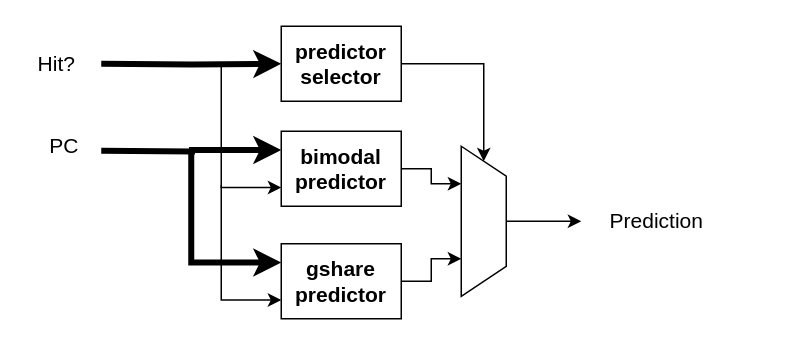
hohaicongthuan/RV64IF keeps this draw.io diagram as page "BPU" (3 of 9) of Diagrams/RV64IF_official.drawio. Above is the earlier version. Source tidied: cells renumbered, new cells numbered last; positions are measured from the earlier drawing's top-left corner, leaving out a move shared by most shapes. Both pictures are drawn from the tidied source at 150%, with x=0, y=0 at pixel (26, 26).
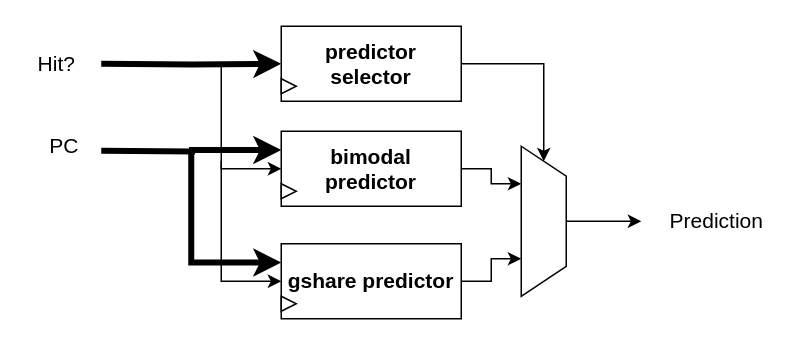
The same page after the edit.

Change to the diagram source:
```diff
@@
-    <mxCell id="3" style="edgeStyle=orthogonalEdgeStyle;rounded=0;jettySize=auto;html=1;fontSize=14;endArrow=classic;endFill=1;strokeColor=#000000;strokeWidth=1;entryX=0;entryY=0.75;entryDx=0;entryDy=0;" parent="1" edge="1" target="5">
+    <mxCell id="3" style="edgeStyle=orthogonalEdgeStyle;rounded=0;jettySize=auto;html=1;fontSize=14;endArrow=classic;endFill=1;strokeColor=#000000;strokeWidth=1;entryX=0;entryY=0.5;entryDx=0;entryDy=0;" parent="1" edge="1" target="5">
       <mxGeometry relative="1" as="geometry">
         <mxPoint x="90" y="25" as="sourcePoint" />
         <Array as="points">
           <mxPoint x="130" y="25" />
-          <mxPoint x="130" y="107" />
+          <mxPoint x="130" y="95" />
         </Array>
       </mxGeometry>
     </mxCell>
@@
     <mxCell id="5" value="&lt;b&gt;bimodal predictor&lt;/b&gt;" style="rounded=0;whiteSpace=wrap;html=1;fontSize=14;strokeWidth=1;" parent="1" vertex="1">
-      <mxGeometry x="170" y="70" width="80" height="50" as="geometry" />
+      <mxGeometry x="170" y="70" width="120" height="50" as="geometry" />
     </mxCell>
@@
-    <mxCell id="7" style="edgeStyle=orthogonalEdgeStyle;rounded=0;jettySize=auto;html=1;fontSize=14;endArrow=classic;endFill=1;strokeColor=#000000;strokeWidth=1;entryX=0;entryY=0.75;entryDx=0;entryDy=0;" parent="1" edge="1" target="9">
+    <mxCell id="7" style="edgeStyle=orthogonalEdgeStyle;rounded=0;jettySize=auto;html=1;fontSize=14;endArrow=classic;endFill=1;strokeColor=#000000;strokeWidth=1;entryX=0;entryY=0.5;entryDx=0;entryDy=0;" parent="1" edge="1" target="9">
       <mxGeometry relative="1" as="geometry">
-        <mxPoint x="130" y="106" as="sourcePoint" />
+        <mxPoint x="130" y="90" as="sourcePoint" />
         <Array as="points">
-          <mxPoint x="130" y="183" />
+          <mxPoint x="130" y="170" />
         </Array>
       </mxGeometry>
     </mxCell>
@@
     <mxCell id="9" value="&lt;b&gt;gshare predictor&lt;/b&gt;" style="rounded=0;whiteSpace=wrap;html=1;fontSize=14;strokeWidth=1;" parent="1" vertex="1">
-      <mxGeometry x="170" y="145" width="80" height="50" as="geometry" />
+      <mxGeometry x="170" y="145" width="120" height="50" as="geometry" />
     </mxCell>
@@
     <mxCell id="12" value="&lt;b&gt;predictor selector&lt;/b&gt;" style="rounded=0;whiteSpace=wrap;html=1;fontSize=14;strokeWidth=1;" parent="1" vertex="1">
-      <mxGeometry x="170" width="80" height="50" as="geometry" />
+      <mxGeometry x="170" width="120" height="50" as="geometry" />
     </mxCell>
     <mxCell id="13" style="edgeStyle=orthogonalEdgeStyle;rounded=0;jettySize=auto;html=1;exitX=0.5;exitY=0;exitDx=0;exitDy=0;fontSize=14;endArrow=classic;endFill=1;strokeColor=#000000;strokeWidth=1;" parent="1" edge="1" source="14">
       <mxGeometry relative="1" as="geometry">
-        <mxPoint x="370" y="130" as="targetPoint" />
+        <mxPoint x="410" y="130" as="targetPoint" />
       </mxGeometry>
     </mxCell>
     <mxCell id="14" style="shape=trapezoid;perimeter=trapezoidPerimeter;whiteSpace=wrap;html=1;fixedSize=1;fontSize=14;strokeWidth=1;direction=south;" parent="1" vertex="1">
-      <mxGeometry x="290" y="80" width="30" height="100" as="geometry" />
+      <mxGeometry x="330" y="80" width="30" height="100" as="geometry" />
     </mxCell>
@@
     <mxCell id="17" value="Prediction" style="text;html=1;align=center;verticalAlign=middle;strokeColor=none;fillColor=none;fontSize=14;" parent="1" vertex="1">
-      <mxGeometry x="380" y="120" width="80" height="20" as="geometry" />
+      <mxGeometry x="420" y="120" width="80" height="20" as="geometry" />
     </mxCell>
+    <mxCell id="18" style="triangle;whiteSpace=wrap;html=1;" parent="1" vertex="1">
+      <mxGeometry x="170" y="35" width="10" height="10" as="geometry" />
+    </mxCell>
+    <mxCell id="19" style="triangle;whiteSpace=wrap;html=1;" parent="1" vertex="1">
+      <mxGeometry x="170" y="105" width="10" height="10" as="geometry" />
+    </mxCell>
+    <mxCell id="20" style="triangle;whiteSpace=wrap;html=1;" parent="1" vertex="1">
+      <mxGeometry x="170" y="180" width="10" height="10" as="geometry" />
+    </mxCell>
```
